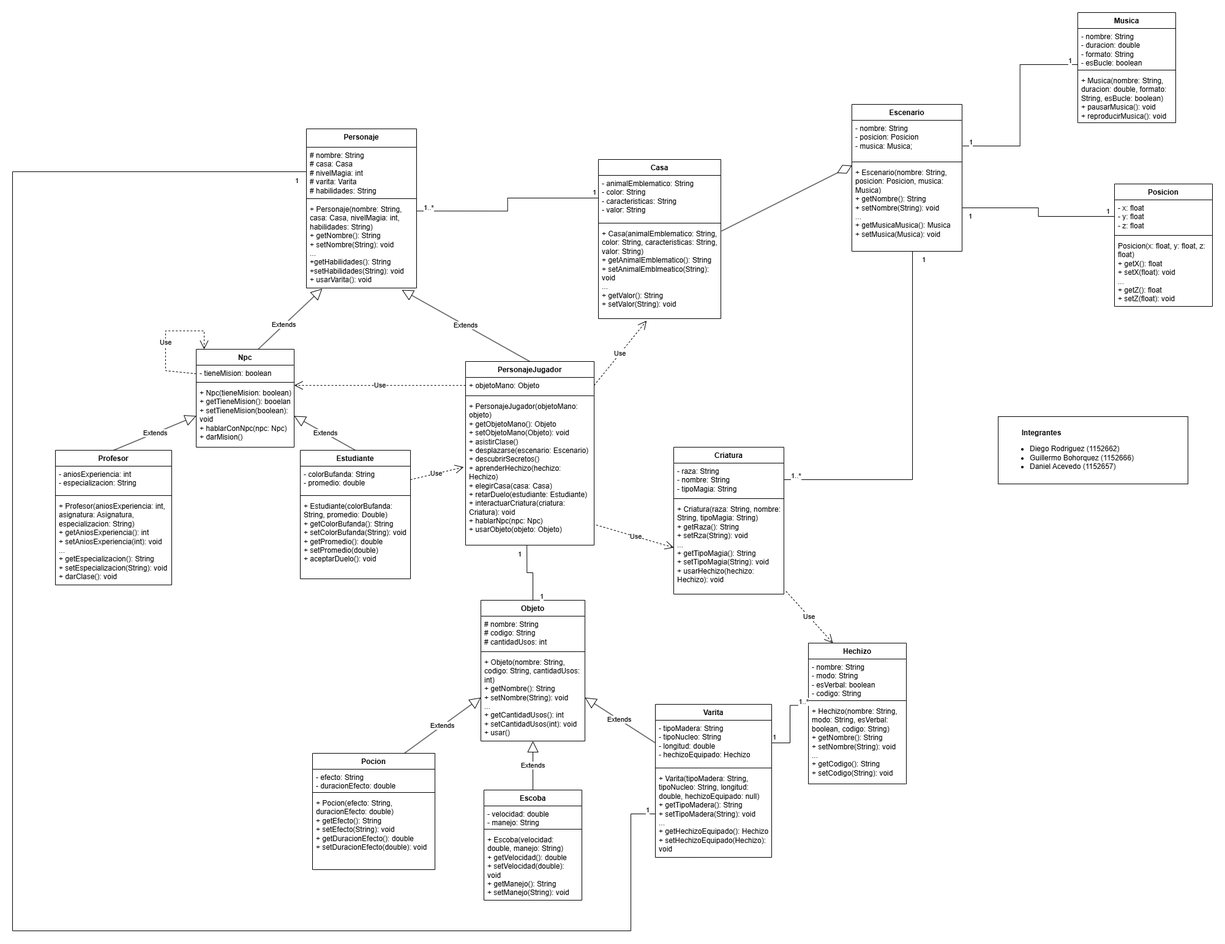
Before: HarryPotter/Harry Potter.png, a diagram exported from draw.io (DiegoRodriguezUFPS/POO-1-B). Source tidied: cells renumbered, new cells last; positions are measured from the earlier drawing's top-left corner, leaving out a move shared by most shapes.
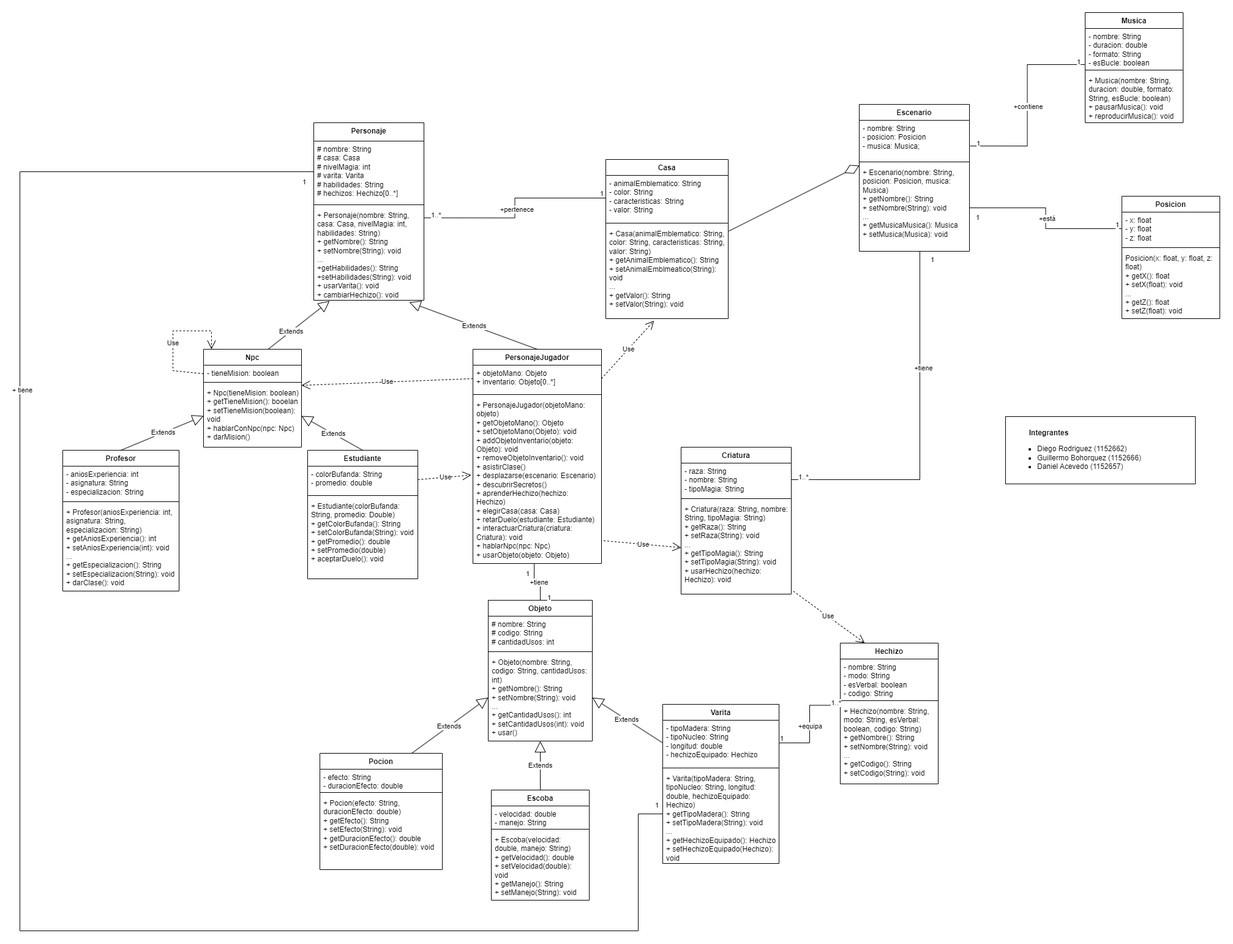
Later version of the same file.

Diff of the diagram source:
```diff
@@ -6,16 +6,16 @@
       <mxGeometry x="1610" y="660" width="310" height="110" as="geometry" />
     </mxCell>
     <mxCell id="3" value="Personaje" style="swimlane;fontStyle=1;align=center;verticalAlign=top;horizontal=1;startSize=30;whiteSpace=wrap;html=1;" parent="1" vertex="1">
-      <mxGeometry x="480" y="190" width="180" height="260" as="geometry" />
+      <mxGeometry x="480" y="180" width="180" height="290" as="geometry" />
     </mxCell>
-    <mxCell id="4" value="# nombre: String&lt;div&gt;# casa: Casa&lt;br&gt;&lt;div&gt;# nivelMagia: int&lt;/div&gt;&lt;div&gt;# varita: Varita&lt;/div&gt;&lt;div&gt;# habilidades: String&lt;/div&gt;&lt;/div&gt;" style="text;strokeColor=none;fillColor=none;align=left;verticalAlign=top;spacingLeft=4;spacingRight=4;overflow=hidden;points=[[0,0.5],[1,0.5]];portConstraint=eastwest;whiteSpace=wrap;html=1;" parent="3" vertex="1">
-      <mxGeometry y="30" width="180" height="80" as="geometry" />
+    <mxCell id="4" value="# nombre: String&lt;div&gt;# casa: Casa&lt;br&gt;&lt;div&gt;# nivelMagia: int&lt;/div&gt;&lt;div&gt;# varita: Varita&lt;/div&gt;&lt;div&gt;# habilidades: String&lt;/div&gt;&lt;/div&gt;&lt;div&gt;# hechizos: Hechizo[0..*]&lt;/div&gt;" style="text;strokeColor=none;fillColor=none;align=left;verticalAlign=top;spacingLeft=4;spacingRight=4;overflow=hidden;points=[[0,0.5],[1,0.5]];portConstraint=eastwest;whiteSpace=wrap;html=1;" parent="3" vertex="1">
+      <mxGeometry y="30" width="180" height="100" as="geometry" />
     </mxCell>
     <mxCell id="5" style="line;strokeWidth=1;fillColor=none;align=left;verticalAlign=middle;spacingTop=-1;spacingLeft=3;spacingRight=3;labelPosition=right;strokeColor=inherit;" parent="3" vertex="1">
-      <mxGeometry y="110" width="180" height="8" as="geometry" />
+      <mxGeometry y="130" width="180" height="8" as="geometry" />
     </mxCell>
-    <mxCell id="6" value="+ Personaje(nombre: String, casa: Casa, nivelMagia: int, habilidades: String)&lt;div&gt;+ getNombre(): String&lt;/div&gt;&lt;div&gt;+ setNombre(String): void&lt;/div&gt;&lt;div&gt;...&lt;/div&gt;&lt;div&gt;+getHabilidades(): String&lt;/div&gt;&lt;div&gt;+setHabilidades(String): void&lt;/div&gt;&lt;div&gt;+ usarVarita(): void&lt;/div&gt;" style="text;strokeColor=none;fillColor=none;align=left;verticalAlign=top;spacingLeft=4;spacingRight=4;overflow=hidden;points=[[0,0.5],[1,0.5]];portConstraint=eastwest;whiteSpace=wrap;html=1;" parent="3" vertex="1">
-      <mxGeometry y="118" width="180" height="142" as="geometry" />
+    <mxCell id="6" value="+ Personaje(nombre: String, casa: Casa, nivelMagia: int, habilidades: String)&lt;div&gt;+ getNombre(): String&lt;/div&gt;&lt;div&gt;+ setNombre(String): void&lt;/div&gt;&lt;div&gt;...&lt;/div&gt;&lt;div&gt;+getHabilidades(): String&lt;/div&gt;&lt;div&gt;+setHabilidades(String): void&lt;/div&gt;&lt;div&gt;+ usarVarita(): void&lt;/div&gt;&lt;div&gt;+ cambiarHechizo(): void&lt;/div&gt;" style="text;strokeColor=none;fillColor=none;align=left;verticalAlign=top;spacingLeft=4;spacingRight=4;overflow=hidden;points=[[0,0.5],[1,0.5]];portConstraint=eastwest;whiteSpace=wrap;html=1;" parent="3" vertex="1">
+      <mxGeometry y="138" width="180" height="152" as="geometry" />
     </mxCell>
     <mxCell id="7" value="Estudiante" style="swimlane;fontStyle=1;align=center;verticalAlign=top;horizontal=1;startSize=26;whiteSpace=wrap;html=1;" parent="1" vertex="1">
       <mxGeometry x="470" y="715" width="180" height="210" as="geometry" />
@@ -30,16 +30,16 @@
       <mxGeometry y="78" width="180" height="132" as="geometry" />
     </mxCell>
     <mxCell id="11" value="Profesor" style="swimlane;fontStyle=1;align=center;verticalAlign=top;horizontal=1;startSize=26;whiteSpace=wrap;html=1;" parent="1" vertex="1">
-      <mxGeometry x="70" y="715" width="190" height="220" as="geometry" />
+      <mxGeometry x="70" y="715" width="190" height="230" as="geometry" />
     </mxCell>
-    <mxCell id="12" value="- aniosExperiencia: int&lt;br&gt;&lt;div&gt;- especializacion: String&lt;div&gt;&lt;br&gt;&lt;/div&gt;&lt;/div&gt;" style="text;strokeColor=none;fillColor=none;align=left;verticalAlign=top;spacingLeft=4;spacingRight=4;overflow=hidden;whiteSpace=wrap;html=1;" parent="11" vertex="1">
-      <mxGeometry y="26" width="190" height="44" as="geometry" />
+    <mxCell id="12" value="- aniosExperiencia: int&lt;div&gt;- asignatura: String&lt;br&gt;&lt;div&gt;- especializacion: String&lt;div&gt;&lt;br&gt;&lt;/div&gt;&lt;/div&gt;&lt;/div&gt;" style="text;strokeColor=none;fillColor=none;align=left;verticalAlign=top;spacingLeft=4;spacingRight=4;overflow=hidden;whiteSpace=wrap;html=1;" parent="11" vertex="1">
+      <mxGeometry y="26" width="190" height="54" as="geometry" />
     </mxCell>
     <mxCell id="13" style="line;strokeWidth=1;fillColor=none;align=left;verticalAlign=middle;spacingTop=-1;spacingLeft=3;spacingRight=3;labelPosition=right;strokeColor=inherit;" parent="11" vertex="1">
-      <mxGeometry y="70" width="190" height="8" as="geometry" />
+      <mxGeometry y="80" width="190" height="8" as="geometry" />
     </mxCell>
-    <mxCell id="14" value="&lt;div&gt;+ Profesor(aniosExperiencia: int, asignatura: Asignatura, especializacion: String)&lt;/div&gt;&lt;div&gt;+ getAniosExperiencia(): int&lt;/div&gt;&lt;div&gt;+ setAniosExperiencia(int): void&lt;/div&gt;&lt;div&gt;...&lt;/div&gt;&lt;div&gt;+ getEspecializacion(): String&lt;/div&gt;&lt;div&gt;+ setEspecializacion(String): void&lt;/div&gt;+ darClase(): void" style="text;strokeColor=none;fillColor=none;align=left;verticalAlign=top;spacingLeft=4;spacingRight=4;overflow=hidden;whiteSpace=wrap;html=1;" parent="11" vertex="1">
-      <mxGeometry y="78" width="190" height="142" as="geometry" />
+    <mxCell id="14" value="&lt;div&gt;+ Profesor(aniosExperiencia: int, asignatura: String, especializacion: String)&lt;/div&gt;&lt;div&gt;+ getAniosExperiencia(): int&lt;/div&gt;&lt;div&gt;+ setAniosExperiencia(int): void&lt;/div&gt;&lt;div&gt;...&lt;/div&gt;&lt;div&gt;+ getEspecializacion(): String&lt;/div&gt;&lt;div&gt;+ setEspecializacion(String): void&lt;/div&gt;+ darClase(): void" style="text;strokeColor=none;fillColor=none;align=left;verticalAlign=top;spacingLeft=4;spacingRight=4;overflow=hidden;whiteSpace=wrap;html=1;" parent="11" vertex="1">
+      <mxGeometry y="88" width="190" height="142" as="geometry" />
     </mxCell>
     <mxCell id="15" value="Casa" style="swimlane;fontStyle=1;align=center;verticalAlign=top;horizontal=1;startSize=26;whiteSpace=wrap;html=1;" parent="1" vertex="1">
       <mxGeometry x="957" y="240" width="200" height="260" as="geometry" />
@@ -93,8 +93,11 @@
         <mxPoint x="-10" as="offset" />
       </mxGeometry>
     </mxCell>
+    <mxCell id="99" value="+contiene" style="edgeLabel;html=1;align=center;verticalAlign=middle;" parent="28" vertex="1">
+      <mxGeometry x="-0.01" y="1" relative="1" as="geometry" />
+    </mxCell>
     <mxCell id="31" value="Posicion" style="swimlane;fontStyle=1;align=center;verticalAlign=top;horizontal=1;startSize=26;whiteSpace=wrap;html=1;" parent="1" vertex="1">
-      <mxGeometry x="1800" y="280" width="160" height="200" as="geometry" />
+      <mxGeometry x="1800" y="300" width="160" height="200" as="geometry" />
     </mxCell>
     <mxCell id="32" value="- x: float&lt;br&gt;- y: float&lt;br&gt;- z: float" style="text;strokeColor=none;fillColor=none;align=left;verticalAlign=top;spacingLeft=4;spacingRight=4;overflow=hidden;points=[[0,0.5],[1,0.5]];portConstraint=eastwest;whiteSpace=wrap;html=1;" parent="31" vertex="1">
       <mxGeometry y="26" width="160" height="54" as="geometry" />
@@ -118,6 +121,9 @@
         <mxPoint x="-10" y="-2" as="offset" />
       </mxGeometry>
     </mxCell>
+    <mxCell id="100" value="+está" style="edgeLabel;html=1;align=center;verticalAlign=middle;" parent="35" vertex="1">
+      <mxGeometry x="0.01" relative="1" as="geometry" />
+    </mxCell>
     <mxCell id="38" style="endArrow=none;html=1;edgeStyle=orthogonalEdgeStyle;rounded=0;entryX=0;entryY=0.5;entryDx=0;entryDy=0;exitX=1;exitY=0.114;exitDx=0;exitDy=0;exitPerimeter=0;" parent="1" edge="1" source="6" target="16">
       <mxGeometry relative="1" as="geometry" />
     </mxCell>
@@ -131,17 +137,20 @@
         <mxPoint x="-7" y="-3" as="offset" />
       </mxGeometry>
     </mxCell>
+    <mxCell id="101" value="+pertenece" style="edgeLabel;html=1;align=center;verticalAlign=middle;" parent="38" vertex="1">
+      <mxGeometry x="0.01" y="-1" relative="1" as="geometry" />
+    </mxCell>
     <mxCell id="41" value="PersonajeJugador" style="swimlane;fontStyle=1;align=center;verticalAlign=top;horizontal=1;startSize=26;whiteSpace=wrap;html=1;" parent="1" vertex="1">
-      <mxGeometry x="740" y="570" width="210" height="300" as="geometry" />
+      <mxGeometry x="740" y="550" width="210" height="350" as="geometry" />
     </mxCell>
-    <mxCell id="42" value="+ objetoMano: Objeto" style="text;strokeColor=none;fillColor=none;align=left;verticalAlign=top;spacingLeft=4;spacingRight=4;overflow=hidden;points=[[0,0.5],[1,0.5]];portConstraint=eastwest;whiteSpace=wrap;html=1;" parent="41" vertex="1">
-      <mxGeometry y="26" width="210" height="26" as="geometry" />
+    <mxCell id="42" value="+ objetoMano: Objeto&lt;div&gt;+ inventario: Objeto[0..*]&lt;/div&gt;" style="text;strokeColor=none;fillColor=none;align=left;verticalAlign=top;spacingLeft=4;spacingRight=4;overflow=hidden;points=[[0,0.5],[1,0.5]];portConstraint=eastwest;whiteSpace=wrap;html=1;" parent="41" vertex="1">
+      <mxGeometry y="26" width="210" height="44" as="geometry" />
     </mxCell>
     <mxCell id="43" style="line;strokeWidth=1;fillColor=none;align=left;verticalAlign=middle;spacingTop=-1;spacingLeft=3;spacingRight=3;labelPosition=right;strokeColor=inherit;" parent="41" vertex="1">
-      <mxGeometry y="52" width="210" height="8" as="geometry" />
+      <mxGeometry y="70" width="210" height="8" as="geometry" />
     </mxCell>
-    <mxCell id="44" value="&lt;div&gt;+ PersonajeJugador(objetoMano: objeto)&lt;/div&gt;&lt;div&gt;+ getObjetoMano(): Objeto&lt;/div&gt;&lt;div&gt;+ setObjetoMano(Objeto): void&lt;/div&gt;+ asistirClase()&lt;div&gt;+ desplazarse(escenario: Escenario)&lt;/div&gt;&lt;div&gt;+ descubrirSecretos()&lt;/div&gt;&lt;div&gt;+ aprenderHechizo(hechizo: Hechizo)&lt;/div&gt;&lt;div&gt;+ elegirCasa(casa: Casa)&lt;/div&gt;&lt;div&gt;+ retarDuelo(estudiante: Estudiante)&lt;/div&gt;&lt;div&gt;+ interactuarCriatura(criatura: Criatura): void&lt;/div&gt;&lt;div&gt;+ hablarNpc(npc: Npc)&lt;/div&gt;&lt;div&gt;+ usarObjeto(objeto: Objeto)&lt;/div&gt;" style="text;strokeColor=none;fillColor=none;align=left;verticalAlign=top;spacingLeft=4;spacingRight=4;overflow=hidden;points=[[0,0.5],[1,0.5]];portConstraint=eastwest;whiteSpace=wrap;html=1;" parent="41" vertex="1">
-      <mxGeometry y="60" width="210" height="240" as="geometry" />
+    <mxCell id="44" value="&lt;div&gt;+ PersonajeJugador(objetoMano: objeto)&lt;/div&gt;&lt;div&gt;+ getObjetoMano(): Objeto&lt;/div&gt;&lt;div&gt;+ setObjetoMano(Objeto): void&lt;/div&gt;&lt;div&gt;+ addObjetoInventario(objeto: Objeto): void&lt;/div&gt;&lt;div&gt;+ removeObjetoInventario(): void&lt;/div&gt;+ asistirClase()&lt;div&gt;+ desplazarse(escenario: Escenario)&lt;/div&gt;&lt;div&gt;+ descubrirSecretos()&lt;/div&gt;&lt;div&gt;+ aprenderHechizo(hechizo: Hechizo)&lt;/div&gt;&lt;div&gt;+ elegirCasa(casa: Casa)&lt;/div&gt;&lt;div&gt;+ retarDuelo(estudiante: Estudiante)&lt;/div&gt;&lt;div&gt;+ interactuarCriatura(criatura: Criatura): void&lt;/div&gt;&lt;div&gt;+ hablarNpc(npc: Npc)&lt;/div&gt;&lt;div&gt;+ usarObjeto(objeto: Objeto)&lt;/div&gt;" style="text;strokeColor=none;fillColor=none;align=left;verticalAlign=top;spacingLeft=4;spacingRight=4;overflow=hidden;points=[[0,0.5],[1,0.5]];portConstraint=eastwest;whiteSpace=wrap;html=1;" parent="41" vertex="1">
+      <mxGeometry y="78" width="210" height="272" as="geometry" />
     </mxCell>
     <mxCell id="45" value="Extends" style="endArrow=block;endSize=16;endFill=0;html=1;rounded=0;entryX=0.867;entryY=1.021;entryDx=0;entryDy=0;entryPerimeter=0;exitX=0.5;exitY=0;exitDx=0;exitDy=0;" parent="1" edge="1" source="41" target="6">
       <mxGeometry relative="1" as="geometry" />
@@ -155,7 +164,7 @@
     <mxCell id="48" style="line;strokeWidth=1;fillColor=none;align=left;verticalAlign=middle;spacingTop=-1;spacingLeft=3;spacingRight=3;labelPosition=right;strokeColor=inherit;" parent="46" vertex="1">
       <mxGeometry y="80" width="180" height="8" as="geometry" />
     </mxCell>
-    <mxCell id="49" value="+ Criatura(raza: String, nombre: String, tipoMagia: String)&lt;div&gt;+ getRaza(): String&lt;/div&gt;&lt;div&gt;+ setRza(String): void&lt;/div&gt;&lt;div&gt;...&lt;/div&gt;&lt;div&gt;+ getTipoMagia(): String&lt;/div&gt;&lt;div&gt;+ setTipoMagia(String): void&lt;/div&gt;&lt;div&gt;+ usarHechizo(hechizo: Hechizo): void&lt;/div&gt;" style="text;strokeColor=none;fillColor=none;align=left;verticalAlign=top;spacingLeft=4;spacingRight=4;overflow=hidden;points=[[0,0.5],[1,0.5]];portConstraint=eastwest;whiteSpace=wrap;html=1;" parent="46" vertex="1">
+    <mxCell id="49" value="+ Criatura(raza: String, nombre: String, tipoMagia: String)&lt;div&gt;+ getRaza(): String&lt;/div&gt;&lt;div&gt;+ setRaza(String): void&lt;/div&gt;&lt;div&gt;...&lt;/div&gt;&lt;div&gt;+ getTipoMagia(): String&lt;/div&gt;&lt;div&gt;+ setTipoMagia(String): void&lt;/div&gt;&lt;div&gt;+ usarHechizo(hechizo: Hechizo): void&lt;/div&gt;" style="text;strokeColor=none;fillColor=none;align=left;verticalAlign=top;spacingLeft=4;spacingRight=4;overflow=hidden;points=[[0,0.5],[1,0.5]];portConstraint=eastwest;whiteSpace=wrap;html=1;" parent="46" vertex="1">
       <mxGeometry y="88" width="180" height="152" as="geometry" />
     </mxCell>
     <mxCell id="50" style="endArrow=none;html=1;edgeStyle=orthogonalEdgeStyle;rounded=0;exitX=1;exitY=0.5;exitDx=0;exitDy=0;entryX=0.55;entryY=1;entryDx=0;entryDy=0;entryPerimeter=0;" parent="1" edge="1" source="47" target="22">
@@ -171,6 +180,9 @@
         <mxPoint x="20" y="20" as="offset" />
       </mxGeometry>
     </mxCell>
+    <mxCell id="102" value="+tiene" style="edgeLabel;html=1;align=center;verticalAlign=middle;" parent="50" vertex="1">
+      <mxGeometry x="0.35" y="-3" relative="1" as="geometry" />
+    </mxCell>
     <mxCell id="53" value="Use" style="endArrow=open;endSize=12;dashed=1;html=1;rounded=0;exitX=1.017;exitY=0.863;exitDx=0;exitDy=0;exitPerimeter=0;entryX=0;entryY=0.5;entryDx=0;entryDy=0;" parent="1" edge="1" source="44" target="49">
       <mxGeometry relative="1" as="geometry" />
     </mxCell>
@@ -211,6 +223,9 @@
         <mxPoint x="-11" y="21" as="offset" />
       </mxGeometry>
     </mxCell>
+    <mxCell id="103" value="+tiene" style="edgeLabel;html=1;align=center;verticalAlign=middle;" parent="62" vertex="1">
+      <mxGeometry x="-0.03" y="-2" relative="1" as="geometry" />
+    </mxCell>
     <mxCell id="65" value="Pocion" style="swimlane;fontStyle=1;align=center;verticalAlign=top;horizontal=1;startSize=26;whiteSpace=wrap;html=1;" parent="1" vertex="1">
       <mxGeometry x="490" y="1210" width="200" height="190" as="geometry" />
     </mxCell>
@@ -224,7 +239,7 @@
       <mxGeometry y="68" width="200" height="122" as="geometry" />
     </mxCell>
     <mxCell id="69" value="Varita" style="swimlane;fontStyle=1;align=center;verticalAlign=top;horizontal=1;startSize=26;whiteSpace=wrap;html=1;" parent="1" vertex="1">
-      <mxGeometry x="1050" y="1130" width="190" height="250" as="geometry" />
+      <mxGeometry x="1050" y="1130" width="190" height="260" as="geometry" />
     </mxCell>
     <mxCell id="70" value="- tipoMadera: String&lt;br&gt;- tipoNucleo: String&lt;br&gt;- longitud: double&lt;br&gt;- hechizoEquipado: Hechizo" style="text;strokeColor=none;fillColor=none;align=left;verticalAlign=top;spacingLeft=4;spacingRight=4;overflow=hidden;points=[[0,0.5],[1,0.5]];portConstraint=eastwest;whiteSpace=wrap;html=1;" parent="69" vertex="1">
       <mxGeometry y="26" width="190" height="74" as="geometry" />
@@ -232,8 +247,8 @@
     <mxCell id="71" style="line;strokeWidth=1;fillColor=none;align=left;verticalAlign=middle;spacingTop=-1;spacingLeft=3;spacingRight=3;labelPosition=right;strokeColor=inherit;" parent="69" vertex="1">
       <mxGeometry y="100" width="190" height="8" as="geometry" />
     </mxCell>
-    <mxCell id="72" value="+ Varita(tipoMadera: String, tipoNucleo: String, longitud: double, hechizoEquipado: null)&lt;div&gt;+ getTipoMadera(): String&lt;/div&gt;&lt;div&gt;+ setTipoMadera(String): void&lt;br&gt;&lt;div&gt;...&lt;/div&gt;&lt;/div&gt;&lt;div&gt;+ getHechizoEquipado(): Hechizo&lt;/div&gt;&lt;div&gt;+ setHechizoEquipado(Hechizo): void&lt;/div&gt;" style="text;strokeColor=none;fillColor=none;align=left;verticalAlign=top;spacingLeft=4;spacingRight=4;overflow=hidden;points=[[0,0.5],[1,0.5]];portConstraint=eastwest;whiteSpace=wrap;html=1;" parent="69" vertex="1">
-      <mxGeometry y="108" width="190" height="142" as="geometry" />
+    <mxCell id="72" value="+ Varita(tipoMadera: String, tipoNucleo: String, longitud: double, hechizoEquipado: Hechizo)&lt;div&gt;+ getTipoMadera(): String&lt;/div&gt;&lt;div&gt;+ setTipoMadera(String): void&lt;br&gt;&lt;div&gt;...&lt;/div&gt;&lt;/div&gt;&lt;div&gt;+ getHechizoEquipado(): Hechizo&lt;/div&gt;&lt;div&gt;+ setHechizoEquipado(Hechizo): void&lt;/div&gt;" style="text;strokeColor=none;fillColor=none;align=left;verticalAlign=top;spacingLeft=4;spacingRight=4;overflow=hidden;points=[[0,0.5],[1,0.5]];portConstraint=eastwest;whiteSpace=wrap;html=1;" parent="69" vertex="1">
+      <mxGeometry y="108" width="190" height="152" as="geometry" />
     </mxCell>
     <mxCell id="73" value="Extends" style="endArrow=block;endSize=16;endFill=0;html=1;rounded=0;exitX=0;exitY=0.5;exitDx=0;exitDy=0;entryX=1;entryY=0.5;entryDx=0;entryDy=0;" parent="1" edge="1" source="70" target="57">
       <mxGeometry relative="1" as="geometry" />
@@ -245,7 +260,7 @@
       <mxGeometry relative="1" as="geometry" />
     </mxCell>
     <mxCell id="76" value="Hechizo" style="swimlane;fontStyle=1;align=center;verticalAlign=top;horizontal=1;startSize=26;whiteSpace=wrap;html=1;" parent="1" vertex="1">
-      <mxGeometry x="1300" y="1030" width="160" height="230" as="geometry" />
+      <mxGeometry x="1340" y="1030" width="160" height="230" as="geometry" />
     </mxCell>
     <mxCell id="77" value="- nombre: String&lt;br&gt;- modo: String&lt;br&gt;- esVerbal: boolean&lt;br&gt;- codigo: String&lt;div&gt;&lt;br&gt;&lt;/div&gt;" style="text;strokeColor=none;fillColor=none;align=left;verticalAlign=top;spacingLeft=4;spacingRight=4;overflow=hidden;whiteSpace=wrap;html=1;" parent="76" vertex="1">
       <mxGeometry y="26" width="160" height="64" as="geometry" />
@@ -260,7 +275,12 @@
       <mxGeometry relative="1" as="geometry" />
     </mxCell>
     <mxCell id="81" style="endArrow=none;html=1;edgeStyle=orthogonalEdgeStyle;rounded=0;entryX=-0.001;entryY=0.027;entryDx=0;entryDy=0;entryPerimeter=0;" parent="1" edge="1" source="70" target="79">
-      <mxGeometry relative="1" as="geometry" />
+      <mxGeometry relative="1" as="geometry">
+        <Array as="points">
+          <mxPoint x="1290" y="1193" />
+          <mxPoint x="1290" y="1132" />
+        </Array>
+      </mxGeometry>
     </mxCell>
     <mxCell id="82" value="1" style="edgeLabel;html=1;align=left;verticalAlign=bottom;" parent="81" vertex="1">
       <mxGeometry x="-1" relative="1" as="geometry">
@@ -270,6 +290,9 @@
     <mxCell id="83" value="1..*" style="edgeLabel;html=1;align=right;verticalAlign=bottom;" parent="81" vertex="1">
       <mxGeometry x="1" relative="1" as="geometry" />
     </mxCell>
+    <mxCell id="104" value="+equipa" style="edgeLabel;html=1;align=center;verticalAlign=middle;" parent="81" vertex="1">
+      <mxGeometry y="2" relative="1" as="geometry" />
+    </mxCell>
     <mxCell id="84" style="endArrow=none;html=1;edgeStyle=orthogonalEdgeStyle;rounded=0;entryX=0;entryY=0.5;entryDx=0;entryDy=0;exitX=0;exitY=0.5;exitDx=0;exitDy=0;" parent="1" edge="1" source="4" target="72">
       <mxGeometry relative="1" as="geometry">
         <Array as="points">
@@ -287,9 +310,12 @@
     </mxCell>
     <mxCell id="86" value="1" style="edgeLabel;html=1;align=right;verticalAlign=bottom;" parent="84" vertex="1">
       <mxGeometry x="1" relative="1" as="geometry">
-        <mxPoint x="-10" as="offset" />
+        <mxPoint x="-10" y="-14" as="offset" />
       </mxGeometry>
     </mxCell>
+    <mxCell id="105" value="+ tiene" style="edgeLabel;html=1;align=center;verticalAlign=middle;" parent="84" vertex="1">
+      <mxGeometry x="-0.44" y="1" relative="1" as="geometry" />
+    </mxCell>
     <mxCell id="87" value="Use" style="endArrow=open;endSize=12;dashed=1;html=1;rounded=0;exitX=1.019;exitY=0.969;exitDx=0;exitDy=0;exitPerimeter=0;entryX=0.25;entryY=0;entryDx=0;entryDy=0;" parent="1" edge="1" source="49" target="76">
       <mxGeometry relative="1" as="geometry" />
     </mxCell>
```
